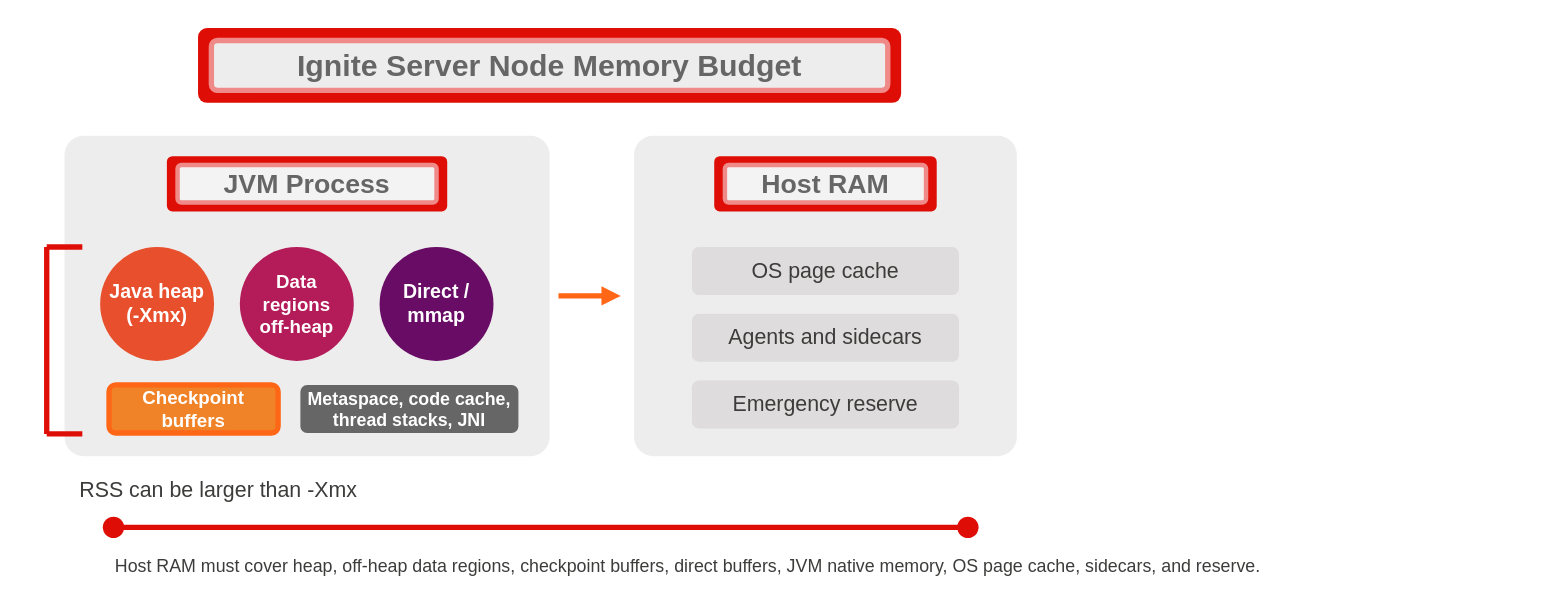
Before: page "Node Budget" (1 of 13) of docs/_docs/images/memory-budget.drawio in ignitetcbot/ignite, a draw.io diagram. Source tidied: cells renumbered, new cells numbered last; positions are measured from the earlier drawing's top-left corner, leaving out a move shared by most shapes. Both pictures are drawn from the tidied source at 89%, with x=0, y=0 at pixel (15, 15).
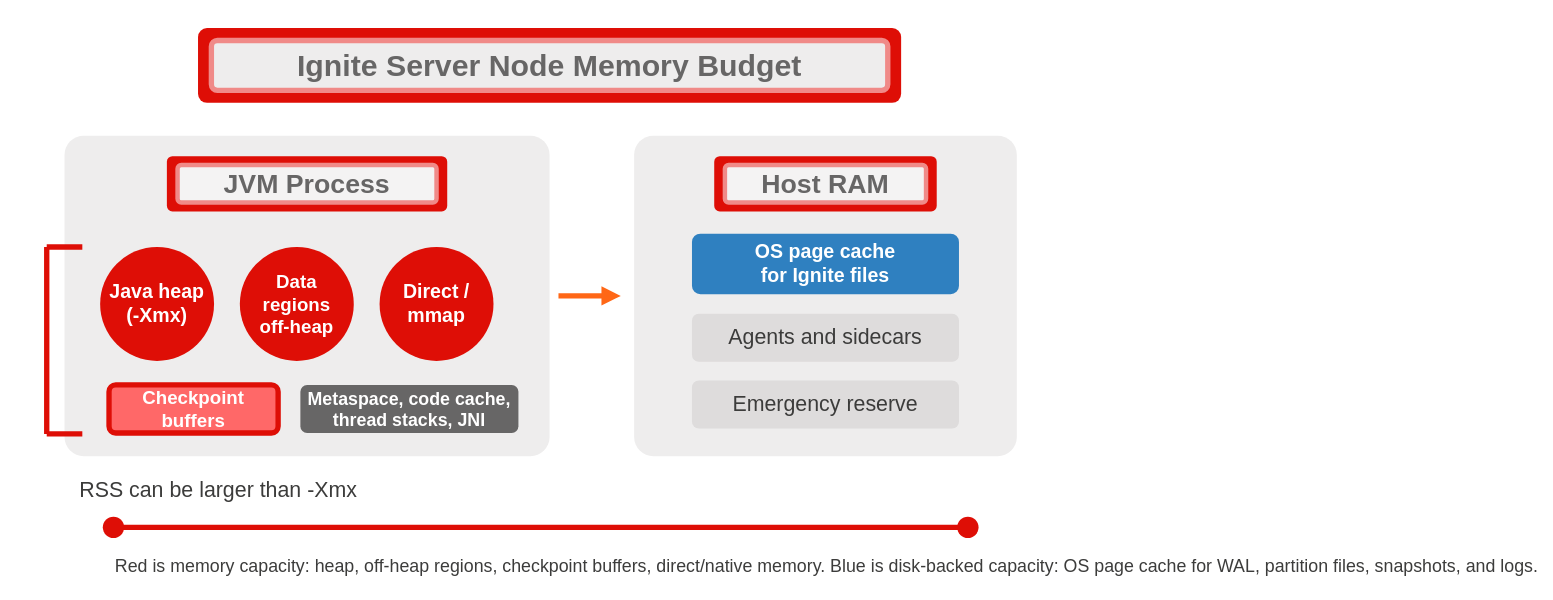
After the change.

Commit message (it also covers changes not shown here):
Ignite 2.x capacity planning - new iteration

The edit, as a diff of the source:
```diff
@@
-    <mxCell id="8" value="Java heap&#10;(-Xmx)" style="ellipse;whiteSpace=wrap;html=1;fillColor=#e84f2c;strokeColor=none;fontSize=22;fontFamily=Helvetica;fontColor=#ffffff;fontStyle=1;" parent="1" vertex="1">
+    <mxCell id="8" value="Java heap&#10;(-Xmx)" style="ellipse;whiteSpace=wrap;html=1;fillColor=#de0e06;strokeColor=none;fontSize=22;fontFamily=Helvetica;fontColor=#ffffff;fontStyle=1;" parent="1" vertex="1">
       <mxGeometry x="95" y="260" width="128" height="128" as="geometry" />
     </mxCell>
-    <mxCell id="9" value="Data regions&#10;off-heap" style="ellipse;whiteSpace=wrap;html=1;fillColor=#b41c59;strokeColor=none;fontSize=21;fontFamily=Helvetica;fontColor=#ffffff;fontStyle=1;" parent="1" vertex="1">
+    <mxCell id="9" value="Data regions&#10;off-heap" style="ellipse;whiteSpace=wrap;html=1;fillColor=#de0e06;strokeColor=none;fontSize=21;fontFamily=Helvetica;fontColor=#ffffff;fontStyle=1;" parent="1" vertex="1">
       <mxGeometry x="252" y="260" width="128" height="128" as="geometry" />
     </mxCell>
-    <mxCell id="10" value="Direct /&#10;mmap" style="ellipse;whiteSpace=wrap;html=1;fillColor=#680c66;strokeColor=none;fontSize=22;fontFamily=Helvetica;fontColor=#ffffff;fontStyle=1;" parent="1" vertex="1">
+    <mxCell id="10" value="Direct /&#10;mmap" style="ellipse;whiteSpace=wrap;html=1;fillColor=#de0e06;strokeColor=none;fontSize=22;fontFamily=Helvetica;fontColor=#ffffff;fontStyle=1;" parent="1" vertex="1">
       <mxGeometry x="409" y="260" width="128" height="128" as="geometry" />
     </mxCell>
-    <mxCell id="11" value="Checkpoint&#10;buffers" style="rounded=1;whiteSpace=wrap;html=1;fillColor=#f08327;strokeColor=#ff6716;strokeWidth=6;arcSize=14;fontSize=21;fontFamily=Helvetica;fontColor=#ffffff;fontStyle=1;" parent="1" vertex="1">
+    <mxCell id="11" value="Checkpoint&#10;buffers" style="rounded=1;whiteSpace=wrap;html=1;fillColor=#ff6868;strokeColor=#de0e06;strokeWidth=6;arcSize=14;fontSize=21;fontFamily=Helvetica;fontColor=#ffffff;fontStyle=1;" parent="1" vertex="1">
       <mxGeometry x="105" y="415" width="190" height="54" as="geometry" />
     </mxCell>
@@
-    <mxCell id="20" value="OS page cache" style="rounded=1;whiteSpace=wrap;html=1;fillColor=#dedcdc;strokeColor=none;arcSize=14;fontSize=24;fontFamily=Helvetica;fontColor=#3c3c3b;" parent="1" vertex="1">
-      <mxGeometry x="760" y="260" width="300" height="54" as="geometry" />
+    <mxCell id="20" value="OS page cache&#10;for Ignite files" style="rounded=1;whiteSpace=wrap;html=1;fillColor=#2f80c0;strokeColor=none;arcSize=14;fontSize=22;fontFamily=Helvetica;fontColor=#ffffff;fontStyle=1;" parent="1" vertex="1">
+      <mxGeometry x="760" y="245" width="300" height="68" as="geometry" />
     </mxCell>
@@
-    <mxCell id="27" value="Host RAM must cover heap, off-heap data regions, checkpoint buffers, direct buffers, JVM native memory, OS page cache, sidecars, and reserve." style="text;html=1;strokeColor=none;fillColor=none;fontSize=20;fontFamily=Helvetica;fontColor=#3c3c3b;" parent="1" vertex="1">
+    <mxCell id="27" value="Red is memory capacity: heap, off-heap regions, checkpoint buffers, direct/native memory. Blue is disk-backed capacity: OS page cache for WAL, partition files, snapshots, and logs." style="text;html=1;strokeColor=none;fillColor=none;fontSize=20;fontFamily=Helvetica;fontColor=#3c3c3b;" parent="1" vertex="1">
       <mxGeometry x="110" y="600" width="980" height="35" as="geometry" />
     </mxCell>
```
